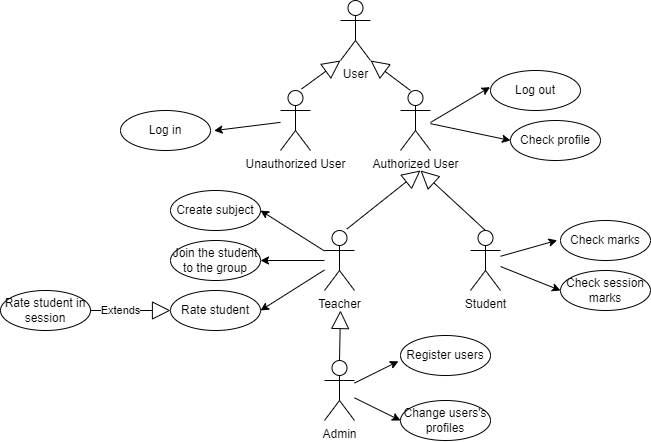
Before: docs/Lab1/Campus.png, a diagram exported from draw.io (mezidia/User-Interfaces-Design). Source tidied: cells renumbered, new cells last; positions are measured from the earlier drawing's top-left corner, leaving out a move shared by most shapes. The source it was exported from:
```xml
<mxGraphModel>
  <root>
    <mxCell id="0" />
    <mxCell id="1" parent="0" />
    <mxCell id="2" style="edgeStyle=none;rounded=0;jettySize=auto;html=1;entryX=-0.037;entryY=0.496;entryDx=0;entryDy=0;entryPerimeter=0;" parent="1" edge="1" source="4" target="23">
      <mxGeometry relative="1" as="geometry" />
    </mxCell>
    <mxCell id="3" style="edgeStyle=none;rounded=0;jettySize=auto;html=1;entryX=0;entryY=0.5;entryDx=0;entryDy=0;" parent="1" edge="1" source="4" target="25">
      <mxGeometry relative="1" as="geometry" />
    </mxCell>
    <mxCell id="4" value="Student" style="shape=umlActor;verticalLabelPosition=bottom;verticalAlign=top;html=1;" parent="1" vertex="1">
      <mxGeometry x="470" y="230" width="30" height="60" as="geometry" />
    </mxCell>
    <mxCell id="5" style="edgeStyle=none;rounded=0;jettySize=auto;html=1;entryX=1;entryY=0.5;entryDx=0;entryDy=0;" parent="1" edge="1" source="8" target="27">
      <mxGeometry relative="1" as="geometry" />
    </mxCell>
    <mxCell id="6" style="edgeStyle=none;rounded=0;jettySize=auto;html=1;entryX=1;entryY=0.5;entryDx=0;entryDy=0;" parent="1" edge="1" source="8" target="28">
      <mxGeometry relative="1" as="geometry" />
    </mxCell>
    <mxCell id="7" style="edgeStyle=none;rounded=0;jettySize=auto;html=1;entryX=1;entryY=0.5;entryDx=0;entryDy=0;" parent="1" edge="1" source="8" target="32">
      <mxGeometry relative="1" as="geometry" />
    </mxCell>
    <mxCell id="8" value="Teacher" style="shape=umlActor;verticalLabelPosition=bottom;verticalAlign=top;html=1;" parent="1" vertex="1">
      <mxGeometry x="324" y="230" width="30" height="60" as="geometry" />
    </mxCell>
    <mxCell id="9" style="edgeStyle=none;rounded=0;jettySize=auto;html=1;entryX=-0.023;entryY=0.644;entryDx=0;entryDy=0;entryPerimeter=0;" parent="1" edge="1" source="11" target="30">
      <mxGeometry relative="1" as="geometry" />
    </mxCell>
    <mxCell id="10" style="edgeStyle=none;rounded=0;jettySize=auto;html=1;entryX=0;entryY=0.5;entryDx=0;entryDy=0;" parent="1" edge="1" source="11" target="31">
      <mxGeometry relative="1" as="geometry" />
    </mxCell>
    <mxCell id="11" value="Admin" style="shape=umlActor;verticalLabelPosition=bottom;verticalAlign=top;html=1;" parent="1" vertex="1">
      <mxGeometry x="324" y="360" width="30" height="60" as="geometry" />
    </mxCell>
    <mxCell id="12" value="User" style="shape=umlActor;verticalLabelPosition=bottom;verticalAlign=top;html=1;" parent="1" vertex="1">
      <mxGeometry x="340" width="30" height="60" as="geometry" />
    </mxCell>
    <mxCell id="13" style="edgeStyle=none;rounded=0;jettySize=auto;html=1;entryX=0;entryY=0.5;entryDx=0;entryDy=0;" parent="1" edge="1" source="14" target="22">
      <mxGeometry relative="1" as="geometry" />
    </mxCell>
    <mxCell id="14" value="Authorized User" style="shape=umlActor;verticalLabelPosition=bottom;verticalAlign=top;html=1;" parent="1" vertex="1">
      <mxGeometry x="400" y="90" width="30" height="60" as="geometry" />
    </mxCell>
    <mxCell id="15" style="edgeStyle=none;rounded=0;jettySize=auto;html=1;entryX=1.04;entryY=0.503;entryDx=0;entryDy=0;entryPerimeter=0;" parent="1" edge="1" source="16" target="17">
      <mxGeometry relative="1" as="geometry" />
    </mxCell>
    <mxCell id="16" value="Unauthorized&amp;nbsp;User" style="shape=umlActor;verticalLabelPosition=bottom;verticalAlign=top;html=1;" parent="1" vertex="1">
      <mxGeometry x="280" y="90" width="30" height="60" as="geometry" />
    </mxCell>
    <mxCell id="17" value="Log in" style="ellipse;whiteSpace=wrap;html=1;" parent="1" vertex="1">
      <mxGeometry x="120" y="110" width="90" height="40" as="geometry" />
    </mxCell>
    <mxCell id="18" style="endArrow=block;endSize=16;endFill=0;html=1;rounded=0;entryX=0;entryY=1;entryDx=0;entryDy=0;entryPerimeter=0;exitX=0.698;exitY=-0.024;exitDx=0;exitDy=0;exitPerimeter=0;" parent="1" edge="1" source="16" target="12">
      <mxGeometry relative="1" as="geometry" />
    </mxCell>
    <mxCell id="19" style="endArrow=block;endSize=16;endFill=0;html=1;rounded=0;entryX=1;entryY=1;entryDx=0;entryDy=0;entryPerimeter=0;exitX=0.333;exitY=0;exitDx=0;exitDy=0;exitPerimeter=0;" parent="1" edge="1" source="14" target="12">
      <mxGeometry relative="1" as="geometry" />
    </mxCell>
    <mxCell id="20" style="edgeStyle=none;rounded=0;jettySize=auto;html=1;entryX=-0.005;entryY=0.416;entryDx=0;entryDy=0;entryPerimeter=0;" parent="1" edge="1" target="21">
      <mxGeometry relative="1" as="geometry">
        <mxPoint x="430" y="122" as="sourcePoint" />
      </mxGeometry>
    </mxCell>
    <mxCell id="21" value="Log out" style="ellipse;whiteSpace=wrap;html=1;" parent="1" vertex="1">
      <mxGeometry x="490" y="70" width="90" height="40" as="geometry" />
    </mxCell>
    <mxCell id="22" value="Check profile" style="ellipse;whiteSpace=wrap;html=1;" parent="1" vertex="1">
      <mxGeometry x="510" y="120" width="90" height="40" as="geometry" />
    </mxCell>
    <mxCell id="23" value="Check marks" style="ellipse;whiteSpace=wrap;html=1;" parent="1" vertex="1">
      <mxGeometry x="560" y="220" width="90" height="40" as="geometry" />
    </mxCell>
    <mxCell id="24" style="endArrow=block;endSize=16;endFill=0;html=1;rounded=0;exitX=0.5;exitY=0;exitDx=0;exitDy=0;exitPerimeter=0;" parent="1" edge="1" source="4">
      <mxGeometry relative="1" as="geometry">
        <mxPoint x="420" y="170" as="targetPoint" />
      </mxGeometry>
    </mxCell>
    <mxCell id="25" value="Check session marks" style="ellipse;whiteSpace=wrap;html=1;" parent="1" vertex="1">
      <mxGeometry x="560" y="270" width="90" height="40" as="geometry" />
    </mxCell>
    <mxCell id="26" style="endArrow=block;endSize=16;endFill=0;html=1;rounded=0;exitX=0.744;exitY=-0.024;exitDx=0;exitDy=0;exitPerimeter=0;" parent="1" edge="1" source="8">
      <mxGeometry relative="1" as="geometry">
        <mxPoint x="420" y="170" as="targetPoint" />
      </mxGeometry>
    </mxCell>
    <mxCell id="27" value="Create subject" style="ellipse;whiteSpace=wrap;html=1;" parent="1" vertex="1">
      <mxGeometry x="170" y="190" width="90" height="40" as="geometry" />
    </mxCell>
    <mxCell id="28" value="Join the student to the group" style="ellipse;whiteSpace=wrap;html=1;" parent="1" vertex="1">
      <mxGeometry x="170" y="240" width="90" height="40" as="geometry" />
    </mxCell>
    <mxCell id="29" style="endArrow=block;endSize=16;endFill=0;html=1;rounded=0;exitX=0.5;exitY=0;exitDx=0;exitDy=0;exitPerimeter=0;" parent="1" edge="1" source="11">
      <mxGeometry relative="1" as="geometry">
        <mxPoint x="340" y="310" as="targetPoint" />
      </mxGeometry>
    </mxCell>
    <mxCell id="30" value="Register users" style="ellipse;whiteSpace=wrap;html=1;" parent="1" vertex="1">
      <mxGeometry x="400" y="335" width="90" height="40" as="geometry" />
    </mxCell>
    <mxCell id="31" value="Change users's profiles" style="ellipse;whiteSpace=wrap;html=1;" parent="1" vertex="1">
      <mxGeometry x="400" y="400" width="90" height="40" as="geometry" />
    </mxCell>
    <mxCell id="32" value="Rate student" style="ellipse;whiteSpace=wrap;html=1;" parent="1" vertex="1">
      <mxGeometry x="170" y="290" width="90" height="40" as="geometry" />
    </mxCell>
    <mxCell id="33" value="Rate student in session" style="ellipse;whiteSpace=wrap;html=1;" parent="1" vertex="1">
      <mxGeometry y="290" width="90" height="40" as="geometry" />
    </mxCell>
    <mxCell id="34" value="Extends" style="endArrow=block;endSize=16;endFill=0;html=1;rounded=0;entryX=0;entryY=0.5;entryDx=0;entryDy=0;exitX=1;exitY=0.5;exitDx=0;exitDy=0;" parent="1" edge="1" source="33" target="32">
      <mxGeometry x="-0.25" relative="1" as="geometry" />
    </mxCell>
  </root>
</mxGraphModel>
```
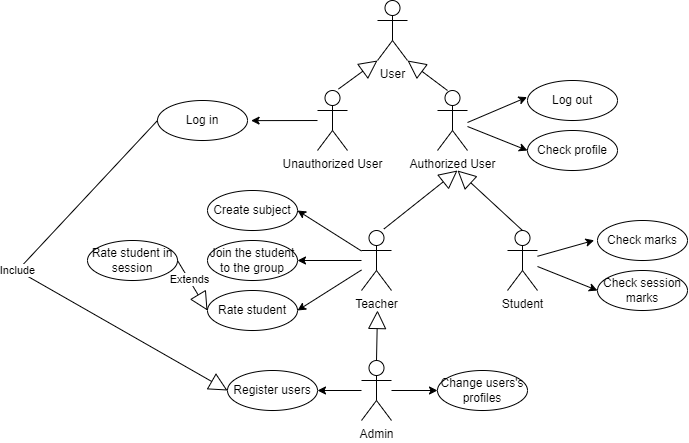
The same file after the commit.

The edit, as a diff of the source:
```diff
@@ -23,7 +23,7 @@
     <mxCell id="8" value="Teacher" style="shape=umlActor;verticalLabelPosition=bottom;verticalAlign=top;html=1;" parent="1" vertex="1">
       <mxGeometry x="324" y="230" width="30" height="60" as="geometry" />
     </mxCell>
-    <mxCell id="9" style="edgeStyle=none;rounded=0;jettySize=auto;html=1;entryX=-0.023;entryY=0.644;entryDx=0;entryDy=0;entryPerimeter=0;" parent="1" edge="1" source="11" target="30">
+    <mxCell id="9" style="edgeStyle=none;rounded=0;jettySize=auto;html=1;entryX=1;entryY=0.5;entryDx=0;entryDy=0;" parent="1" edge="1" source="11" target="30">
       <mxGeometry relative="1" as="geometry" />
     </mxCell>
     <mxCell id="10" style="edgeStyle=none;rounded=0;jettySize=auto;html=1;entryX=0;entryY=0.5;entryDx=0;entryDy=0;" parent="1" edge="1" source="11" target="31">
@@ -48,7 +48,7 @@
       <mxGeometry x="280" y="90" width="30" height="60" as="geometry" />
     </mxCell>
     <mxCell id="17" value="Log in" style="ellipse;whiteSpace=wrap;html=1;" parent="1" vertex="1">
-      <mxGeometry x="120" y="110" width="90" height="40" as="geometry" />
+      <mxGeometry x="120" y="100" width="90" height="40" as="geometry" />
     </mxCell>
     <mxCell id="18" style="endArrow=block;endSize=16;endFill=0;html=1;rounded=0;entryX=0;entryY=1;entryDx=0;entryDy=0;entryPerimeter=0;exitX=0.698;exitY=-0.024;exitDx=0;exitDy=0;exitPerimeter=0;" parent="1" edge="1" source="16" target="12">
       <mxGeometry relative="1" as="geometry" />
@@ -62,10 +62,10 @@
       </mxGeometry>
     </mxCell>
     <mxCell id="21" value="Log out" style="ellipse;whiteSpace=wrap;html=1;" parent="1" vertex="1">
-      <mxGeometry x="490" y="70" width="90" height="40" as="geometry" />
+      <mxGeometry x="490" y="80" width="90" height="40" as="geometry" />
     </mxCell>
     <mxCell id="22" value="Check profile" style="ellipse;whiteSpace=wrap;html=1;" parent="1" vertex="1">
-      <mxGeometry x="510" y="120" width="90" height="40" as="geometry" />
+      <mxGeometry x="490" y="130" width="90" height="40" as="geometry" />
     </mxCell>
     <mxCell id="23" value="Check marks" style="ellipse;whiteSpace=wrap;html=1;" parent="1" vertex="1">
       <mxGeometry x="560" y="220" width="90" height="40" as="geometry" />
@@ -95,19 +95,26 @@
       </mxGeometry>
     </mxCell>
     <mxCell id="30" value="Register users" style="ellipse;whiteSpace=wrap;html=1;" parent="1" vertex="1">
-      <mxGeometry x="400" y="335" width="90" height="40" as="geometry" />
+      <mxGeometry x="190" y="370" width="90" height="40" as="geometry" />
     </mxCell>
     <mxCell id="31" value="Change users's profiles" style="ellipse;whiteSpace=wrap;html=1;" parent="1" vertex="1">
-      <mxGeometry x="400" y="400" width="90" height="40" as="geometry" />
+      <mxGeometry x="400" y="370" width="90" height="40" as="geometry" />
     </mxCell>
     <mxCell id="32" value="Rate student" style="ellipse;whiteSpace=wrap;html=1;" parent="1" vertex="1">
       <mxGeometry x="170" y="290" width="90" height="40" as="geometry" />
     </mxCell>
     <mxCell id="33" value="Rate student in session" style="ellipse;whiteSpace=wrap;html=1;" parent="1" vertex="1">
-      <mxGeometry y="290" width="90" height="40" as="geometry" />
+      <mxGeometry x="50" y="240" width="90" height="40" as="geometry" />
     </mxCell>
     <mxCell id="34" value="Extends" style="endArrow=block;endSize=16;endFill=0;html=1;rounded=0;entryX=0;entryY=0.5;entryDx=0;entryDy=0;exitX=1;exitY=0.5;exitDx=0;exitDy=0;" parent="1" edge="1" source="33" target="32">
       <mxGeometry x="-0.25" relative="1" as="geometry" />
     </mxCell>
+    <mxCell id="35" value="Include" style="endArrow=block;endSize=16;endFill=0;html=1;rounded=0;entryX=0;entryY=0.5;entryDx=0;entryDy=0;exitX=0;exitY=0.5;exitDx=0;exitDy=0;" parent="1" edge="1" source="17" target="30">
+      <mxGeometry x="-0.08" relative="1" as="geometry">
+        <Array as="points">
+          <mxPoint x="-20" y="270" />
+        </Array>
+      </mxGeometry>
+    </mxCell>
   </root>
 </mxGraphModel>
```
